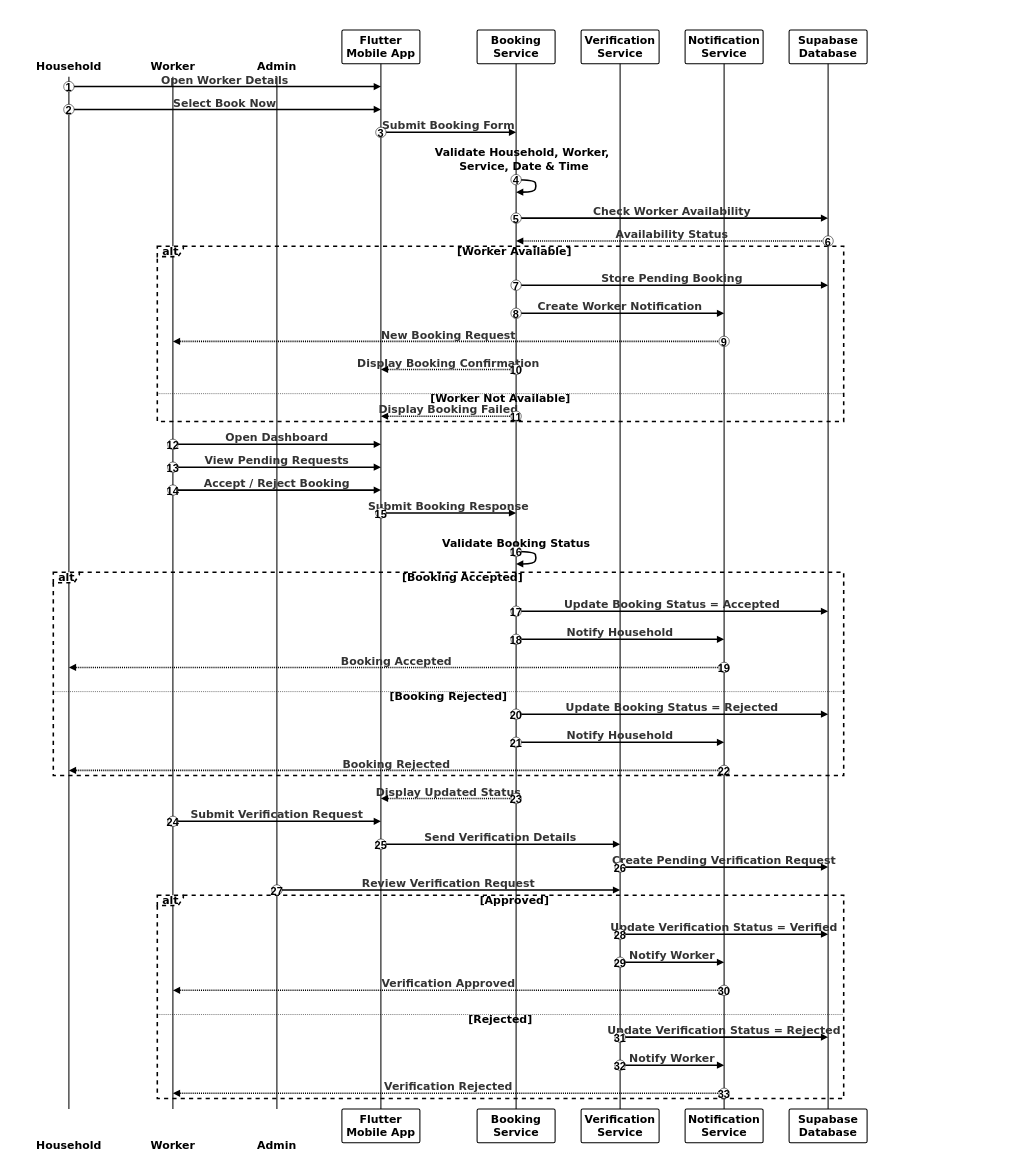
Earlier version of the draw.io diagram page "Sequence" (8 of 10) of Docs/02_Requirements_and_Design_30/Diagrams/HomeEase_Diagram.drawio (AbuZar-Babar/HomeEase). Source tidied: cells renumbered, new cells numbered last; positions are measured from the earlier drawing's top-left corner, leaving out a move shared by most shapes. Both pictures are drawn from the tidied source at 52%, with x=0, y=0 at pixel (9, 9).
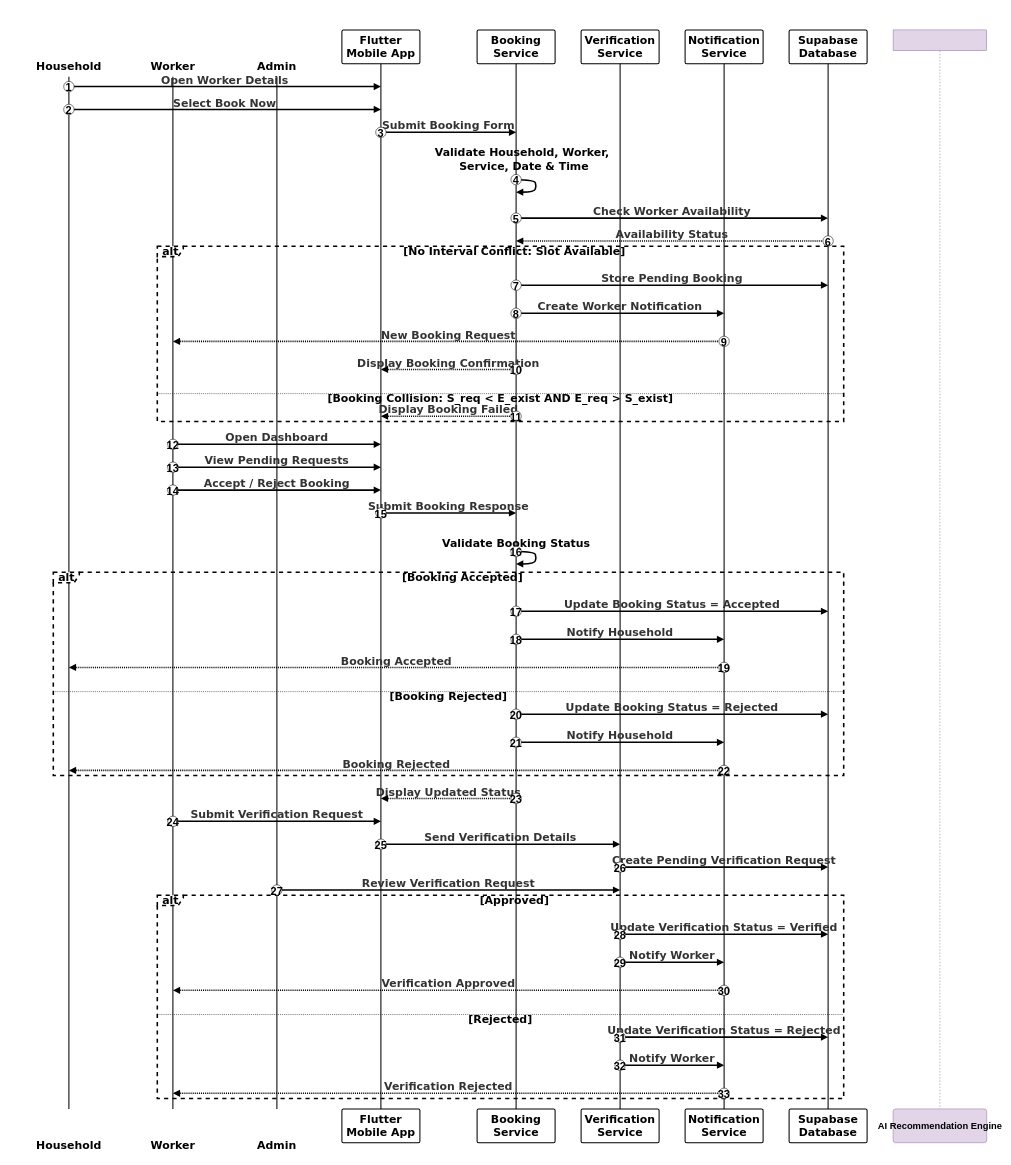
The same page after the edit.

Unchanged cells that the change refers to:
```xml
<mxCell id="2" style="group;transparentBounds=1;editIcon=1;lockedGroup=0;groupPadding=20;fontStyle=1;fontSize=21;" parent="1" vertex="1">
  <mxGeometry as="geometry" />
</mxCell>
<mxCell id="19" value="alt" style="html=1;shape=umlFrame;dashed=1;fixDash=1;dashPattern=8 8;strokeWidth=3;fontSize=21;align=center;verticalAlign=middle;fontFamily=Trebuchet MS,Verdana,Arial,sans-serif;height=20;width=50;fontStyle=1;" parent="2" vertex="1">
  <mxGeometry x="285" y="456" width="1320" height="337" as="geometry" />
</mxCell>
```

What changed in the source:
```diff
@@
-    <mxCell id="20" value="[Worker Available]" style="text;align=center;verticalAlign=middle;whiteSpace=wrap;fontSize=21;fontFamily=Trebuchet MS,Verdana,Arial,sans-serif;fontStyle=1;" parent="19" vertex="1">
+    <mxCell id="20" value="[No Interval Conflict: Slot Available]" style="text;align=center;verticalAlign=middle;whiteSpace=wrap;fontSize=21;fontFamily=Trebuchet MS,Verdana,Arial,sans-serif;fontStyle=1;" parent="19" vertex="1">
       <mxGeometry x="54" y="2" width="1266" height="16" as="geometry" />
     </mxCell>
@@
-    <mxCell id="22" value="[Worker Not Available]" style="text;align=center;verticalAlign=middle;whiteSpace=wrap;fontSize=21;fontFamily=Trebuchet MS,Verdana,Arial,sans-serif;fontStyle=1;" parent="19" vertex="1">
+    <mxCell id="22" value="[Booking Collision: S_req &lt; E_exist AND E_req &gt; S_exist]" style="text;align=center;verticalAlign=middle;whiteSpace=wrap;fontSize=21;fontFamily=Trebuchet MS,Verdana,Arial,sans-serif;fontStyle=1;" parent="19" vertex="1">
       <mxGeometry y="285" width="1320" height="16" as="geometry" />
     </mxCell>
@@
+    <mxCell id="99" style="html=1;shape=umlLifeline;perimeter=lifelinePerimeter;whiteSpace=wrap;fontSize=18;fontStyle=1;fillColor=#e1d5e7;strokeColor=#9673a6;" parent="2" vertex="1">
+      <mxGeometry x="1700" y="40" width="180" height="2075" as="geometry" />
+    </mxCell>
+    <mxCell id="100" value="AI Recommendation Engine" style="html=1;rounded=1;absoluteArcSize=1;arcSize=10;fontStyle=1;fontSize=18;fillColor=#e1d5e7;strokeColor=#9673a6;" parent="2" vertex="1">
+      <mxGeometry x="1700" y="2115" width="180" height="65" as="geometry" />
+    </mxCell>
```
